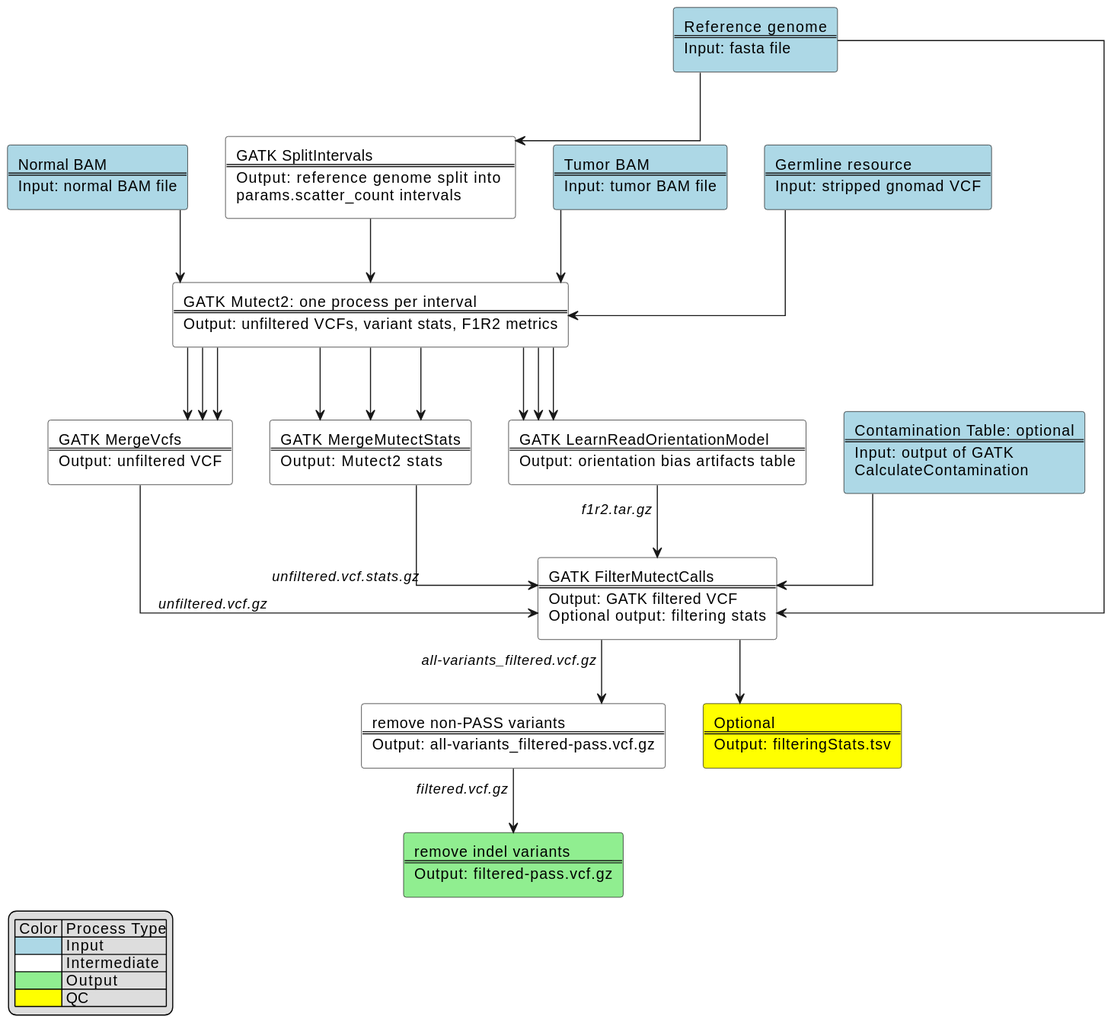
The PlantUML diagram docs/mutect2_chart.svg in uclahs-cds/pipeline-call-sSNV, before a commit.
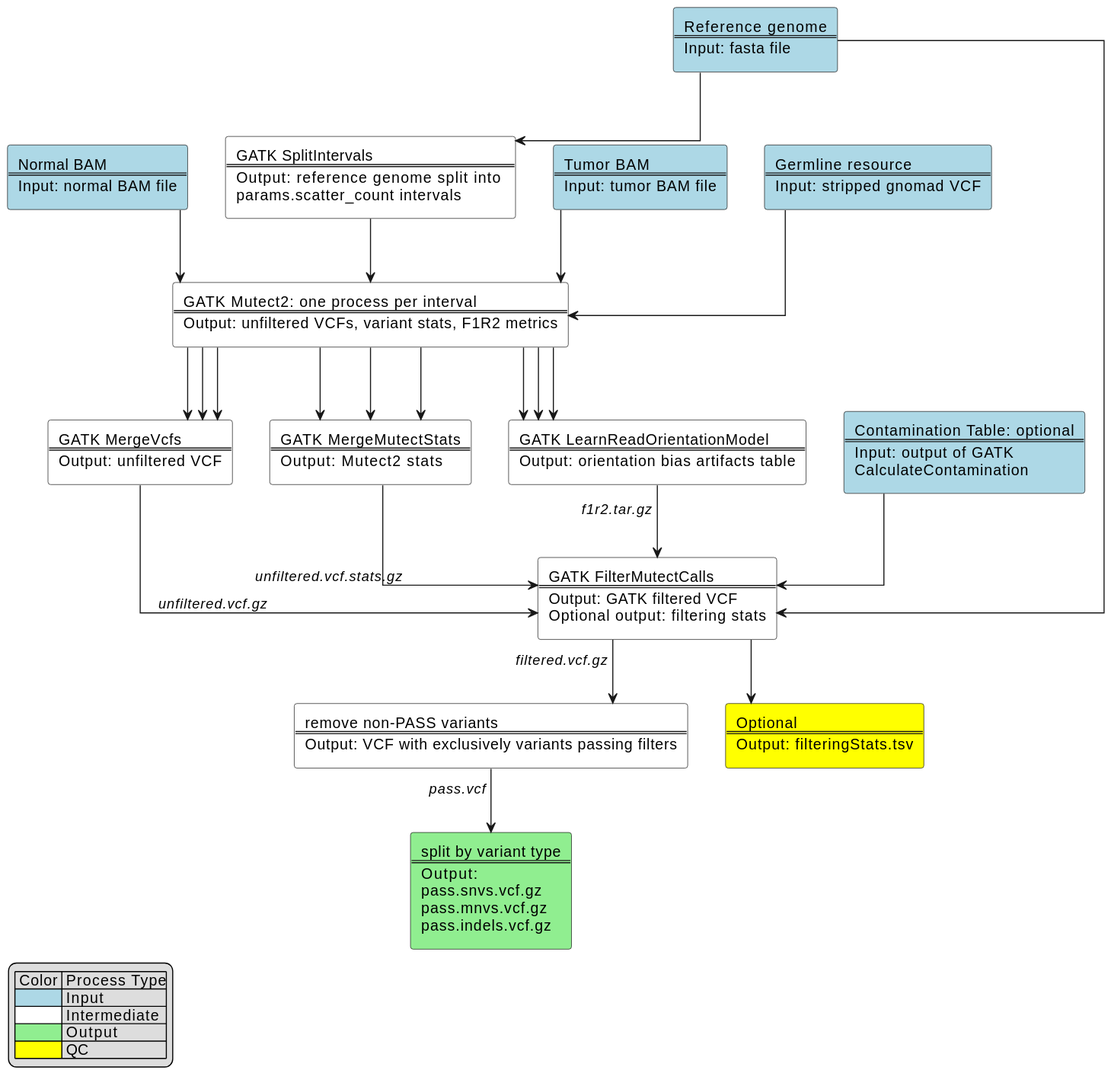
The same file after the commit.

Diff of the diagram source:
```diff
@@ -21,8 +21,8 @@
 $intermediate_process(mutect2_mergeStats, 'GATK MergeMutectStats', 'Output: Mutect2 stats')
 $intermediate_process(gatk_learnReadOrientation, 'GATK LearnReadOrientationModel', 'Output: orientation bias artifacts table')
 $intermediate_process(mutect2_filterCalls, 'GATK FilterMutectCalls', 'Output: GATK filtered VCF %newline()Optional output: filtering stats')
-$intermediate_process(awk_filterVCF, 'remove non-PASS variants', 'Output: all-variants_filtered-pass.vcf.gz')
-$output_process(bcftools_rmIndels, 'remove indel variants', 'Output: filtered-pass.vcf.gz')
+$intermediate_process(awk_filterVCF, 'remove non-PASS variants', 'Output: VCF with exclusively variants passing filters')
+$output_process(bcftools_splitVCF, 'split by variant type', 'Output: %newline()pass.snvs.vcf.gz %newline()pass.mnvs.vcf.gz %newline()pass.indels.vcf.gz')
 $qc_process(gatk_filteringStats, 'Optional', 'Output: filteringStats.tsv')
 
 reference_genome -d-> gatk_splitIntervals
@@ -46,8 +46,8 @@
 reference_genome -d-> mutect2_filterCalls
 contamination_table -d-> mutect2_filterCalls
 mutect2_filterCalls -d-> gatk_filteringStats
-mutect2_filterCalls -d-> awk_filterVCF : // all-variants_filtered.vcf.gz //
-awk_filterVCF -d-> bcftools_rmIndels : // filtered.vcf.gz //
+mutect2_filterCalls -d-> awk_filterVCF : // filtered.vcf.gz //
+awk_filterVCF -d-> bcftools_splitVCF : // pass.vcf //
 
 $add_legend('left')
 
```
